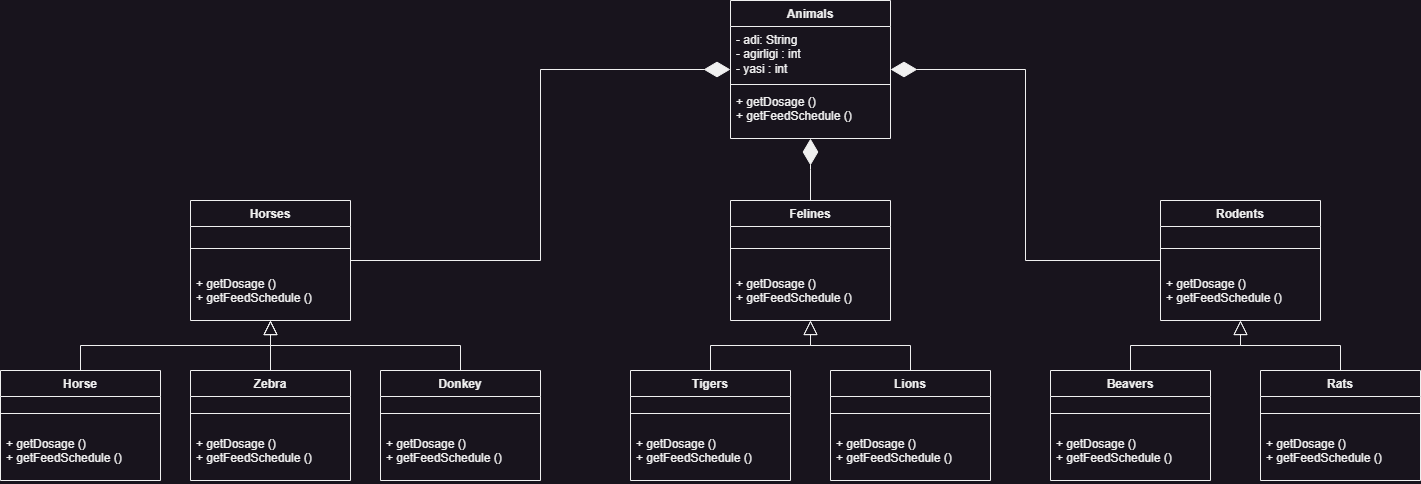
The draw.io diagram Hafta03/HayvanatBahcesiYonetimi/HayvanatBahcesiYonetimi.drawio.png in unethical-hub/PatikaOdevler, before a commit. Source tidied: cells renumbered, new cells last; positions are measured from the earlier drawing's top-left corner, leaving out a move shared by most shapes.
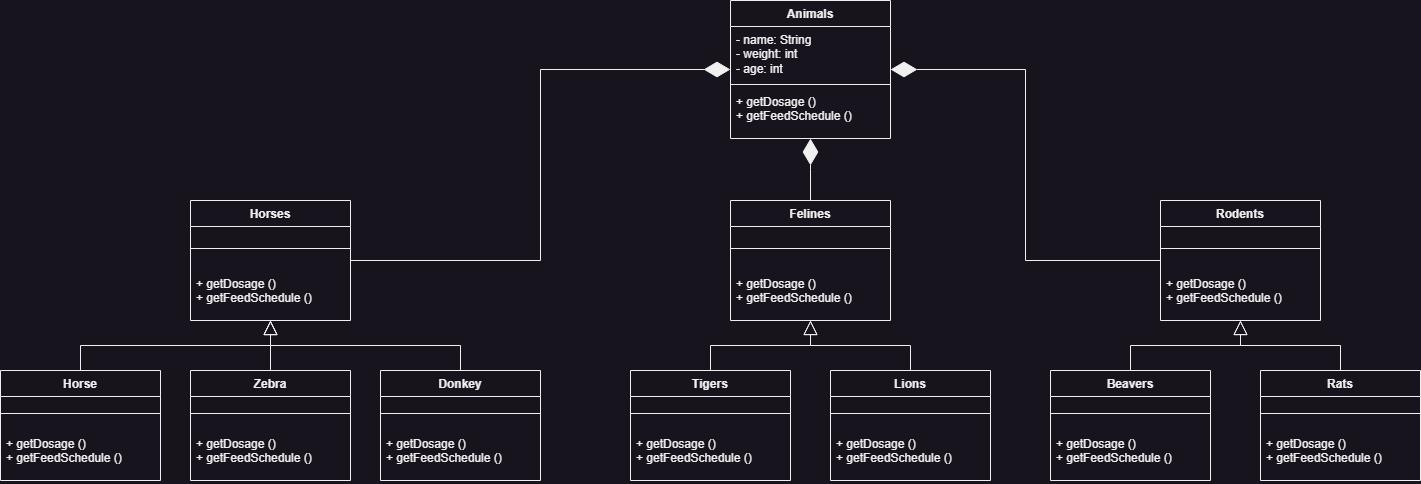
The same file after the commit.

Diff of the diagram source:
```diff
@@ -5,7 +5,7 @@
     <mxCell id="2" value="Animals" style="swimlane;fontStyle=1;align=center;verticalAlign=top;horizontal=1;startSize=26;whiteSpace=wrap;html=1;" parent="1" vertex="1">
       <mxGeometry x="730" width="160" height="138" as="geometry" />
     </mxCell>
-    <mxCell id="3" value="- adi: String&lt;br&gt;- agirligi : int&lt;br&gt;- yasi : int" style="text;strokeColor=none;fillColor=none;align=left;verticalAlign=top;spacingLeft=4;spacingRight=4;overflow=hidden;whiteSpace=wrap;html=1;" parent="2" vertex="1">
+    <mxCell id="3" value="- name: String&lt;br&gt;- weight: int&lt;br&gt;- age: int" style="text;strokeColor=none;fillColor=none;align=left;verticalAlign=top;spacingLeft=4;spacingRight=4;overflow=hidden;whiteSpace=wrap;html=1;" parent="2" vertex="1">
       <mxGeometry y="26" width="160" height="54" as="geometry" />
     </mxCell>
     <mxCell id="4" style="line;strokeWidth=1;fillColor=none;align=left;verticalAlign=middle;spacingTop=-1;spacingLeft=3;spacingRight=3;labelPosition=right;strokeColor=inherit;" parent="2" vertex="1">
```
